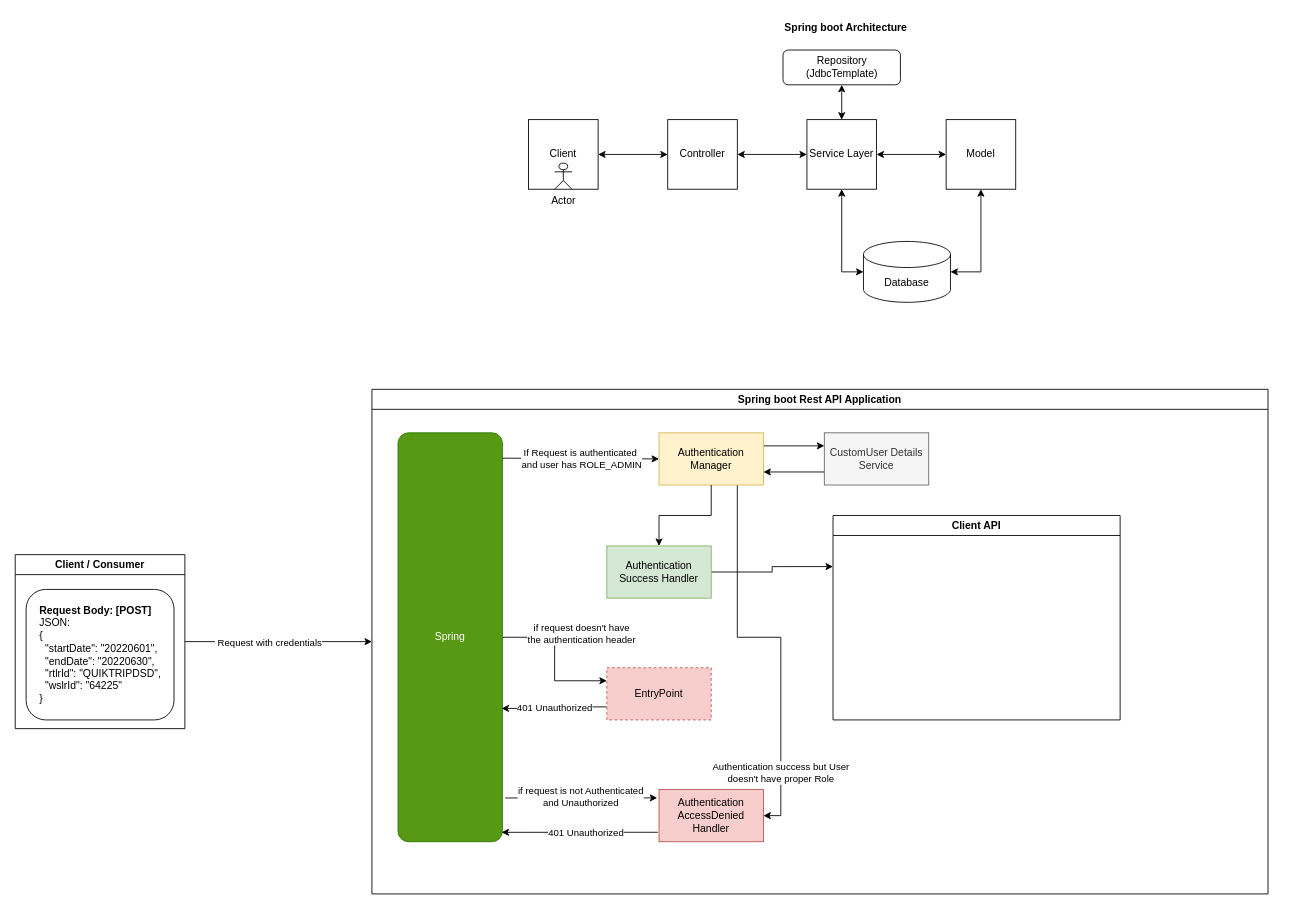
Above: Untitled Diagram.drawio in lalalala097/lalalala097 (draw.io), before the change. Source tidied: cells renumbered, new cells numbered last; positions are measured from the earlier drawing's top-left corner, leaving out a move shared by most shapes. Both pictures are drawn from the tidied source at 87%, with x=0, y=0 at pixel (15, 15).
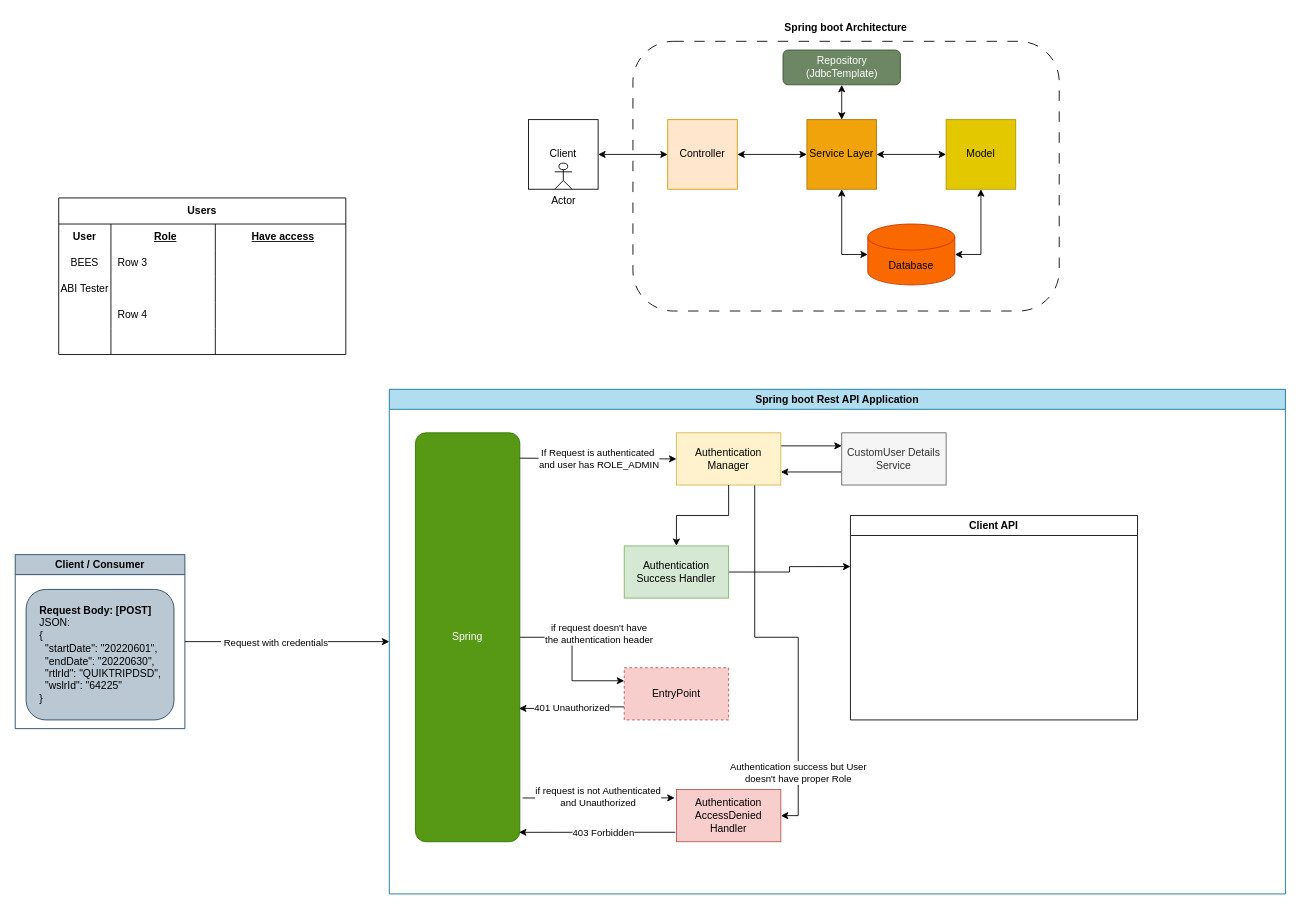
The same diagram, later.

Unchanged cells that the change refers to:
```xml
<mxCell id="29" style="endArrow=classic;html=1;rounded=0;entryX=0.992;entryY=0.977;entryDx=0;entryDy=0;entryPerimeter=0;exitX=-0.011;exitY=0.819;exitDx=0;exitDy=0;exitPerimeter=0;" parent="15" edge="1" source="26" target="18">
  <mxGeometry relative="1" as="geometry" />
</mxCell>
```

What changed in the source:
```diff
@@
+    <mxCell id="44" style="rounded=1;whiteSpace=wrap;html=1;dashed=1;dashPattern=12 12;" parent="1" vertex="1">
+      <mxGeometry x="710" y="30" width="490" height="310" as="geometry" />
+    </mxCell>
-    <mxCell id="2" value="Controller" style="whiteSpace=wrap;html=1;" parent="1" vertex="1">
+    <mxCell id="2" value="Controller" style="whiteSpace=wrap;html=1;fillColor=#ffe6cc;strokeColor=#d79b00;" parent="1" vertex="1">
       <mxGeometry x="750" y="120" width="80" height="80" as="geometry" />
     </mxCell>
-    <mxCell id="3" value="Model" style="whiteSpace=wrap;html=1;" parent="1" vertex="1">
+    <mxCell id="3" value="Model" style="whiteSpace=wrap;html=1;fillColor=#e3c800;fontColor=#000000;strokeColor=#B09500;" parent="1" vertex="1">
       <mxGeometry x="1070" y="120" width="80" height="80" as="geometry" />
     </mxCell>
-    <mxCell id="4" value="Service Layer" style="whiteSpace=wrap;html=1;" parent="1" vertex="1">
+    <mxCell id="4" value="Service Layer" style="whiteSpace=wrap;html=1;fillColor=#f0a30a;fontColor=#000000;strokeColor=#BD7000;" parent="1" vertex="1">
       <mxGeometry x="910" y="120" width="80" height="80" as="geometry" />
     </mxCell>
@@
-    <mxCell id="6" value="Database" style="shape=cylinder3;whiteSpace=wrap;html=1;boundedLbl=1;backgroundOutline=1;size=15;" parent="1" vertex="1">
-      <mxGeometry x="975" y="260" width="100" height="70" as="geometry" />
+    <mxCell id="6" value="Database" style="shape=cylinder3;whiteSpace=wrap;html=1;boundedLbl=1;backgroundOutline=1;size=15;fillColor=#fa6800;fontColor=#000000;strokeColor=#C73500;" parent="1" vertex="1">
+      <mxGeometry x="980" y="240" width="100" height="70" as="geometry" />
     </mxCell>
@@
     <mxCell id="11" style="endArrow=classic;startArrow=classic;html=1;rounded=0;entryX=0;entryY=0.5;entryDx=0;entryDy=0;entryPerimeter=0;exitX=0.5;exitY=1;exitDx=0;exitDy=0;" parent="1" edge="1" source="4" target="6">
       <mxGeometry relative="1" as="geometry">
         <Array as="points">
-          <mxPoint x="950" y="295" />
+          <mxPoint x="950" y="275" />
         </Array>
       </mxGeometry>
     </mxCell>
     <mxCell id="12" style="endArrow=classic;startArrow=classic;html=1;rounded=0;entryX=1;entryY=0.5;entryDx=0;entryDy=0;entryPerimeter=0;exitX=0.5;exitY=1;exitDx=0;exitDy=0;" parent="1" edge="1" source="3" target="6">
       <mxGeometry relative="1" as="geometry">
         <Array as="points">
-          <mxPoint x="1110" y="295" />
+          <mxPoint x="1110" y="275" />
         </Array>
       </mxGeometry>
     </mxCell>
-    <mxCell id="13" value="Repository&lt;br&gt;(JdbcTemplate)" style="rounded=1;whiteSpace=wrap;html=1;" parent="1" vertex="1">
+    <mxCell id="13" value="Repository&lt;br&gt;(JdbcTemplate)" style="rounded=1;whiteSpace=wrap;html=1;fillColor=#6d8764;fontColor=#ffffff;strokeColor=#3A5431;" parent="1" vertex="1">
       <mxGeometry x="882.5" y="40" width="135" height="40" as="geometry" />
     </mxCell>
@@
-    <mxCell id="15" value="Spring boot Rest API Application" style="swimlane;whiteSpace=wrap;html=1;" parent="1" vertex="1">
-      <mxGeometry x="410" y="430" width="1030" height="580" as="geometry" />
+    <mxCell id="15" value="Spring boot Rest API Application" style="swimlane;whiteSpace=wrap;html=1;fillColor=#b1ddf0;strokeColor=#10739e;" parent="1" vertex="1">
+      <mxGeometry x="430" y="430" width="1030" height="580" as="geometry" />
     </mxCell>
@@
-    <mxCell id="30" value="401 Unauthorized" style="edgeLabel;html=1;align=center;verticalAlign=middle;" parent="29" vertex="1">
+    <mxCell id="30" value="403 Forbidden" style="edgeLabel;html=1;align=center;verticalAlign=middle;" parent="29" vertex="1">
       <mxGeometry x="0.26" relative="1" as="geometry">
         <mxPoint x="30" as="offset" />
       </mxGeometry>
     </mxCell>
@@
-    <mxCell id="39" value="Client / Consumer" style="swimlane;whiteSpace=wrap;html=1;" parent="1" vertex="1">
+    <mxCell id="39" value="Client / Consumer" style="swimlane;whiteSpace=wrap;html=1;fillColor=#bac8d3;strokeColor=#23445d;" parent="1" vertex="1">
       <mxGeometry y="620" width="195" height="200" as="geometry" />
     </mxCell>
-    <mxCell id="40" value="&lt;div style=&quot;text-align: left;&quot;&gt;&lt;span style=&quot;background-color: initial;&quot;&gt;&lt;b&gt;Request Body: [POST]&lt;/b&gt;&lt;/span&gt;&lt;/div&gt;&lt;div style=&quot;border-color: var(--border-color); text-align: left;&quot;&gt;JSON:&lt;/div&gt;&lt;div style=&quot;border-color: var(--border-color); text-align: left;&quot;&gt;{&lt;/div&gt;&lt;div style=&quot;border-color: var(--border-color); text-align: left;&quot;&gt;&amp;nbsp; &quot;startDate&quot;: &quot;20220601&quot;,&lt;/div&gt;&lt;div style=&quot;border-color: var(--border-color); text-align: left;&quot;&gt;&amp;nbsp; &quot;endDate&quot;: &quot;20220630&quot;,&lt;/div&gt;&lt;div style=&quot;border-color: var(--border-color); text-align: left;&quot;&gt;&amp;nbsp; &quot;rtlrId&quot;: &quot;QUIKTRIPDSD&lt;span style=&quot;background-color: initial;&quot;&gt;&quot;,&lt;/span&gt;&lt;br&gt;&lt;/div&gt;&lt;div style=&quot;border-color: var(--border-color); text-align: left;&quot;&gt;&amp;nbsp; &quot;wslrId&quot;: &quot;64225&lt;span style=&quot;background-color: initial;&quot;&gt;&quot;&lt;/span&gt;&lt;br&gt;&lt;/div&gt;&lt;div style=&quot;border-color: var(--border-color); text-align: left;&quot;&gt;}&lt;/div&gt;" style="rounded=1;whiteSpace=wrap;html=1;" parent="39" vertex="1">
+    <mxCell id="40" value="&lt;div style=&quot;text-align: left;&quot;&gt;&lt;span style=&quot;background-color: initial;&quot;&gt;&lt;b&gt;Request Body: [POST]&lt;/b&gt;&lt;/span&gt;&lt;/div&gt;&lt;div style=&quot;border-color: var(--border-color); text-align: left;&quot;&gt;JSON:&lt;/div&gt;&lt;div style=&quot;border-color: var(--border-color); text-align: left;&quot;&gt;{&lt;/div&gt;&lt;div style=&quot;border-color: var(--border-color); text-align: left;&quot;&gt;&amp;nbsp; &quot;startDate&quot;: &quot;20220601&quot;,&lt;/div&gt;&lt;div style=&quot;border-color: var(--border-color); text-align: left;&quot;&gt;&amp;nbsp; &quot;endDate&quot;: &quot;20220630&quot;,&lt;/div&gt;&lt;div style=&quot;border-color: var(--border-color); text-align: left;&quot;&gt;&amp;nbsp; &quot;rtlrId&quot;: &quot;QUIKTRIPDSD&lt;span style=&quot;background-color: initial;&quot;&gt;&quot;,&lt;/span&gt;&lt;br&gt;&lt;/div&gt;&lt;div style=&quot;border-color: var(--border-color); text-align: left;&quot;&gt;&amp;nbsp; &quot;wslrId&quot;: &quot;64225&lt;span style=&quot;background-color: initial;&quot;&gt;&quot;&lt;/span&gt;&lt;br&gt;&lt;/div&gt;&lt;div style=&quot;border-color: var(--border-color); text-align: left;&quot;&gt;}&lt;/div&gt;" style="rounded=1;whiteSpace=wrap;html=1;fillColor=#bac8d3;strokeColor=#23445d;" parent="39" vertex="1">
       <mxGeometry x="12.5" y="40" width="170" height="150" as="geometry" />
     </mxCell>
@@
+    <mxCell id="45" value="Users" style="shape=table;startSize=30;childLayout=tableLayout;rowLines=0;fontStyle=1;align=center;html=1;whiteSpace=wrap;" parent="1" vertex="1">
+      <mxGeometry x="50" y="210" width="330" height="180" as="geometry" />
+    </mxCell>
+    <mxCell id="46" style="shape=tableRow;horizontal=0;startSize=0;swimlaneHead=0;swimlaneBody=0;fillColor=none;top=0;left=0;right=0;bottom=0;html=1;" parent="45" vertex="1">
+      <mxGeometry y="30" width="330" height="30" as="geometry" />
+    </mxCell>
+    <mxCell id="47" value="User" style="shape=partialRectangle;fillColor=none;top=0;left=0;bottom=0;right=0;fontStyle=1;overflow=hidden;html=1;whiteSpace=wrap;" parent="46" vertex="1">
+      <mxGeometry width="60" height="30" as="geometry" />
+    </mxCell>
+    <mxCell id="48" value="Role" style="shape=partialRectangle;fillColor=none;top=0;left=0;bottom=0;right=0;align=center;spacingLeft=6;fontStyle=5;overflow=hidden;html=1;whiteSpace=wrap;" parent="46" vertex="1">
+      <mxGeometry x="60" width="120" height="30" as="geometry" />
+    </mxCell>
+    <mxCell id="49" value="Have access" style="shape=partialRectangle;fillColor=none;top=0;left=0;bottom=0;right=0;align=center;spacingLeft=6;fontStyle=5;overflow=hidden;html=1;whiteSpace=wrap;" parent="46" vertex="1">
+      <mxGeometry x="180" width="150" height="30" as="geometry" />
+    </mxCell>
+    <mxCell id="50" style="shape=tableRow;horizontal=0;startSize=0;swimlaneHead=0;swimlaneBody=0;fillColor=none;top=0;left=0;right=0;bottom=0;html=1;" parent="45" vertex="1">
+      <mxGeometry y="60" width="330" height="30" as="geometry" />
+    </mxCell>
+    <mxCell id="51" value="BEES" style="shape=partialRectangle;fillColor=none;top=0;left=0;bottom=0;right=0;overflow=hidden;html=1;whiteSpace=wrap;" parent="50" vertex="1">
+      <mxGeometry width="60" height="30" as="geometry" />
+    </mxCell>
+    <mxCell id="52" value="Row 3" style="shape=partialRectangle;fillColor=none;top=0;left=0;bottom=0;right=0;align=left;spacingLeft=6;overflow=hidden;html=1;whiteSpace=wrap;" parent="50" vertex="1">
+      <mxGeometry x="60" width="120" height="30" as="geometry" />
+    </mxCell>
+    <mxCell id="53" style="shape=partialRectangle;fillColor=none;top=0;left=0;bottom=0;right=0;align=left;spacingLeft=6;overflow=hidden;html=1;whiteSpace=wrap;" parent="50" vertex="1">
+      <mxGeometry x="180" width="150" height="30" as="geometry" />
+    </mxCell>
+    <mxCell id="54" style="shape=tableRow;horizontal=0;startSize=0;swimlaneHead=0;swimlaneBody=0;fillColor=none;top=0;left=0;right=0;bottom=0;html=1;" parent="45" vertex="1">
+      <mxGeometry y="90" width="330" height="30" as="geometry" />
+    </mxCell>
+    <mxCell id="55" value="ABI Tester" style="shape=partialRectangle;fillColor=none;top=0;left=0;bottom=0;right=0;overflow=hidden;html=1;whiteSpace=wrap;" parent="54" vertex="1">
+      <mxGeometry width="60" height="30" as="geometry" />
+    </mxCell>
+    <mxCell id="56" style="shape=partialRectangle;fillColor=none;top=0;left=0;bottom=0;right=0;align=left;spacingLeft=6;overflow=hidden;html=1;whiteSpace=wrap;" parent="54" vertex="1">
+      <mxGeometry x="60" width="120" height="30" as="geometry" />
+    </mxCell>
+    <mxCell id="57" style="shape=partialRectangle;fillColor=none;top=0;left=0;bottom=0;right=0;align=left;spacingLeft=6;overflow=hidden;html=1;whiteSpace=wrap;" parent="54" vertex="1">
+      <mxGeometry x="180" width="150" height="30" as="geometry" />
+    </mxCell>
+    <mxCell id="58" style="shape=tableRow;horizontal=0;startSize=0;swimlaneHead=0;swimlaneBody=0;fillColor=none;top=0;left=0;right=0;bottom=0;html=1;" parent="45" vertex="1">
+      <mxGeometry y="120" width="330" height="30" as="geometry" />
+    </mxCell>
+    <mxCell id="59" style="shape=partialRectangle;fillColor=none;top=0;left=0;bottom=0;right=0;overflow=hidden;html=1;whiteSpace=wrap;" parent="58" vertex="1">
+      <mxGeometry width="60" height="30" as="geometry" />
+    </mxCell>
+    <mxCell id="60" value="Row 4" style="shape=partialRectangle;fillColor=none;top=0;left=0;bottom=0;right=0;align=left;spacingLeft=6;overflow=hidden;html=1;whiteSpace=wrap;" parent="58" vertex="1">
+      <mxGeometry x="60" width="120" height="30" as="geometry" />
+    </mxCell>
+    <mxCell id="61" style="shape=partialRectangle;fillColor=none;top=0;left=0;bottom=0;right=0;align=left;spacingLeft=6;overflow=hidden;html=1;whiteSpace=wrap;" parent="58" vertex="1">
+      <mxGeometry x="180" width="150" height="30" as="geometry" />
+    </mxCell>
+    <mxCell id="62" style="shape=tableRow;horizontal=0;startSize=0;swimlaneHead=0;swimlaneBody=0;fillColor=none;top=0;left=0;right=0;bottom=0;html=1;" parent="45" vertex="1">
+      <mxGeometry y="150" width="330" height="30" as="geometry" />
+    </mxCell>
+    <mxCell id="63" style="shape=partialRectangle;fillColor=none;top=0;left=0;bottom=0;right=0;overflow=hidden;html=1;whiteSpace=wrap;" parent="62" vertex="1">
+      <mxGeometry width="60" height="30" as="geometry" />
+    </mxCell>
+    <mxCell id="64" style="shape=partialRectangle;fillColor=none;top=0;left=0;bottom=0;right=0;align=left;spacingLeft=6;overflow=hidden;html=1;whiteSpace=wrap;" parent="62" vertex="1">
+      <mxGeometry x="60" width="120" height="30" as="geometry" />
+    </mxCell>
+    <mxCell id="65" style="shape=partialRectangle;fillColor=none;top=0;left=0;bottom=0;right=0;align=left;spacingLeft=6;overflow=hidden;html=1;whiteSpace=wrap;" parent="62" vertex="1">
+      <mxGeometry x="180" width="150" height="30" as="geometry" />
+    </mxCell>
```
